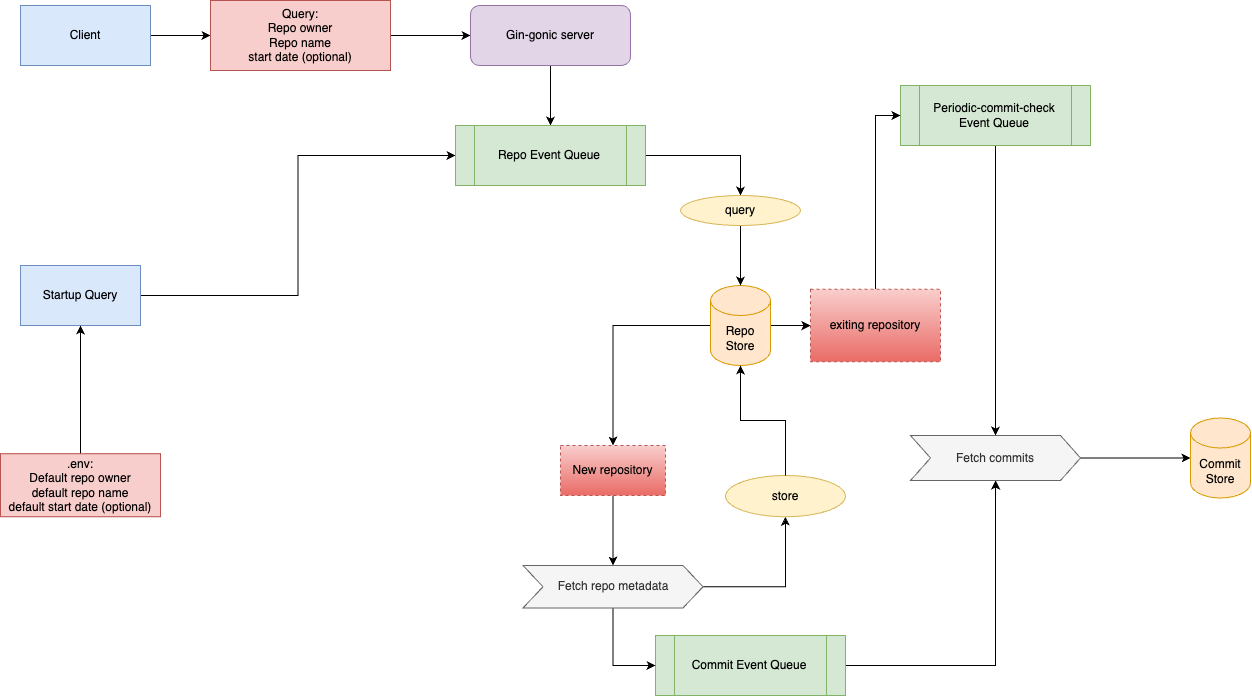
Earlier version of the draw.io export architecture.png (Rhaqim/github-commit-tracker). Source tidied: cells renumbered, new cells last; positions are measured from the earlier drawing's top-left corner, leaving out a move shared by most shapes.
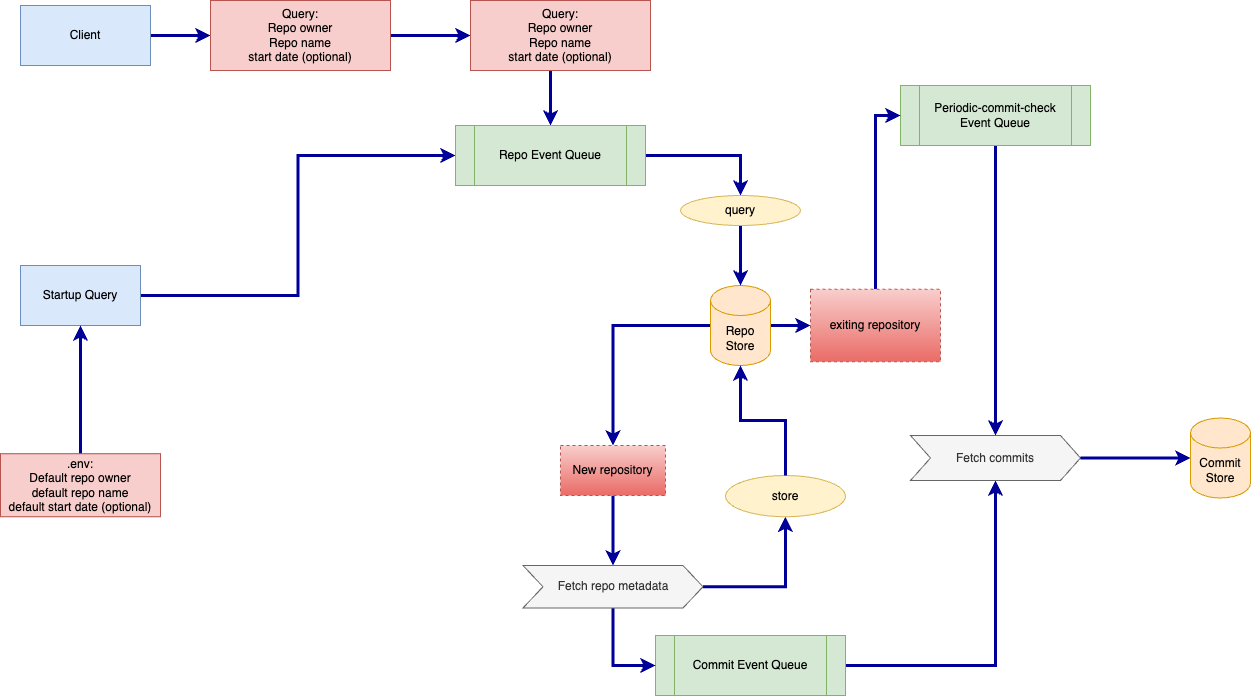
The same file after the commit.

Commit message:
architecute diagram line update

The edit, as a diff of the source:
```diff
@@ -2,67 +2,70 @@
   <root>
     <mxCell id="0" />
     <mxCell id="1" parent="0" />
-    <mxCell id="2" style="edgeStyle=orthogonalEdgeStyle;rounded=0;jettySize=auto;html=1;exitX=1;exitY=0.5;exitDx=0;exitDy=0;entryX=0;entryY=0.5;entryDx=0;entryDy=0;" parent="1" edge="1" source="3" target="7">
+    <mxCell id="2" style="edgeStyle=orthogonalEdgeStyle;rounded=0;jettySize=auto;html=1;exitX=1;exitY=0.5;exitDx=0;exitDy=0;entryX=0;entryY=0.5;entryDx=0;entryDy=0;strokeWidth=3;strokeColor=#000099;" parent="1" edge="1" source="3" target="7">
       <mxGeometry relative="1" as="geometry" />
     </mxCell>
     <mxCell id="3" value="Client" style="rounded=0;whiteSpace=wrap;html=1;fillColor=#dae8fc;strokeColor=#6c8ebf;" parent="1" vertex="1">
       <mxGeometry x="20" y="5" width="130" height="60" as="geometry" />
     </mxCell>
-    <mxCell id="4" style="edgeStyle=orthogonalEdgeStyle;rounded=0;jettySize=auto;html=1;entryX=0;entryY=0.5;entryDx=0;entryDy=0;" parent="1" edge="1" source="5" target="13">
+    <mxCell id="4" style="edgeStyle=orthogonalEdgeStyle;rounded=0;jettySize=auto;html=1;entryX=0;entryY=0.5;entryDx=0;entryDy=0;strokeWidth=3;strokeColor=#000099;" parent="1" edge="1" source="5" target="13">
       <mxGeometry relative="1" as="geometry" />
     </mxCell>
     <mxCell id="5" value="Startup Query" style="rounded=0;whiteSpace=wrap;html=1;strokeColor=#6c8ebf;fillColor=#dae8fc;" parent="1" vertex="1">
       <mxGeometry x="20" y="265" width="120" height="60" as="geometry" />
     </mxCell>
-    <mxCell id="6" style="edgeStyle=orthogonalEdgeStyle;rounded=0;jettySize=auto;html=1;" parent="1" edge="1" source="7" target="11">
+    <mxCell id="6" style="edgeStyle=orthogonalEdgeStyle;rounded=0;jettySize=auto;html=1;strokeWidth=3;" parent="1" edge="1" source="7" target="11">
       <mxGeometry relative="1" as="geometry" />
     </mxCell>
+    <mxCell id="35" style="edgeStyle=orthogonalEdgeStyle;rounded=0;jettySize=auto;html=1;strokeColor=#000099;strokeWidth=3;" parent="1" edge="1" source="7" target="36">
+      <mxGeometry relative="1" as="geometry" />
+    </mxCell>
     <mxCell id="7" value="Query:&lt;div&gt;Repo owner&lt;/div&gt;&lt;div&gt;Repo name&lt;/div&gt;&lt;div&gt;start date (optional)&lt;/div&gt;" style="text;html=1;align=center;verticalAlign=middle;whiteSpace=wrap;rounded=0;fillColor=#f8cecc;strokeColor=#b85450;" parent="1" vertex="1">
       <mxGeometry x="210" width="180" height="70" as="geometry" />
     </mxCell>
-    <mxCell id="8" style="edgeStyle=orthogonalEdgeStyle;rounded=0;jettySize=auto;html=1;entryX=0.5;entryY=1;entryDx=0;entryDy=0;" parent="1" edge="1" source="9" target="5">
+    <mxCell id="8" style="edgeStyle=orthogonalEdgeStyle;rounded=0;jettySize=auto;html=1;entryX=0.5;entryY=1;entryDx=0;entryDy=0;strokeWidth=3;strokeColor=#000099;" parent="1" edge="1" source="9" target="5">
       <mxGeometry relative="1" as="geometry" />
     </mxCell>
     <mxCell id="9" value=".env:&lt;div&gt;Default repo owner&lt;/div&gt;&lt;div&gt;default repo name&lt;/div&gt;&lt;div&gt;default start date (optional)&lt;/div&gt;" style="text;html=1;align=center;verticalAlign=middle;whiteSpace=wrap;rounded=0;fillColor=#f8cecc;strokeColor=#b85450;" parent="1" vertex="1">
       <mxGeometry y="453.2" width="160" height="63" as="geometry" />
     </mxCell>
-    <mxCell id="10" style="edgeStyle=orthogonalEdgeStyle;rounded=0;jettySize=auto;html=1;entryX=0.5;entryY=0;entryDx=0;entryDy=0;" parent="1" edge="1" source="11" target="13">
+    <mxCell id="10" style="edgeStyle=orthogonalEdgeStyle;rounded=0;jettySize=auto;html=1;entryX=0.5;entryY=0;entryDx=0;entryDy=0;strokeWidth=3;strokeColor=#000099;" parent="1" edge="1" source="11" target="13">
       <mxGeometry relative="1" as="geometry" />
     </mxCell>
     <mxCell id="11" value="Gin-gonic server" style="rounded=1;whiteSpace=wrap;html=1;fillColor=#e1d5e7;strokeColor=#9673a6;" parent="1" vertex="1">
       <mxGeometry x="470" y="5" width="160" height="60" as="geometry" />
     </mxCell>
-    <mxCell id="12" style="edgeStyle=orthogonalEdgeStyle;rounded=0;jettySize=auto;html=1;" parent="1" edge="1" source="13" target="32">
+    <mxCell id="12" style="edgeStyle=orthogonalEdgeStyle;rounded=0;jettySize=auto;html=1;strokeWidth=3;strokeColor=#000099;" parent="1" edge="1" source="13" target="32">
       <mxGeometry relative="1" as="geometry" />
     </mxCell>
     <mxCell id="13" value="Repo Event Queue" style="shape=process;whiteSpace=wrap;html=1;backgroundOutline=1;fillColor=#d5e8d4;strokeColor=#82b366;" parent="1" vertex="1">
       <mxGeometry x="455" y="125" width="190" height="60" as="geometry" />
     </mxCell>
-    <mxCell id="14" style="edgeStyle=orthogonalEdgeStyle;rounded=0;jettySize=auto;html=1;" parent="1" edge="1" source="15" target="24">
+    <mxCell id="14" style="edgeStyle=orthogonalEdgeStyle;rounded=0;jettySize=auto;html=1;strokeWidth=3;strokeColor=#000099;" parent="1" edge="1" source="15" target="24">
       <mxGeometry relative="1" as="geometry" />
     </mxCell>
     <mxCell id="15" value="Commit Event Queue" style="shape=process;whiteSpace=wrap;html=1;backgroundOutline=1;fillColor=#d5e8d4;strokeColor=#82b366;" parent="1" vertex="1">
       <mxGeometry x="655" y="635" width="190" height="60" as="geometry" />
     </mxCell>
-    <mxCell id="16" style="edgeStyle=orthogonalEdgeStyle;rounded=0;jettySize=auto;html=1;entryX=0.5;entryY=0;entryDx=0;entryDy=0;" parent="1" edge="1" source="17" target="24">
+    <mxCell id="16" style="edgeStyle=orthogonalEdgeStyle;rounded=0;jettySize=auto;html=1;entryX=0.5;entryY=0;entryDx=0;entryDy=0;strokeWidth=3;strokeColor=#000099;" parent="1" edge="1" source="17" target="24">
       <mxGeometry relative="1" as="geometry" />
     </mxCell>
     <mxCell id="17" value="Periodic-commit-check Event Queue" style="shape=process;whiteSpace=wrap;html=1;backgroundOutline=1;fillColor=#d5e8d4;strokeColor=#82b366;" parent="1" vertex="1">
       <mxGeometry x="900" y="85" width="190" height="60" as="geometry" />
     </mxCell>
-    <mxCell id="18" style="edgeStyle=orthogonalEdgeStyle;rounded=0;jettySize=auto;html=1;entryX=0.5;entryY=1;entryDx=0;entryDy=0;" parent="1" edge="1" source="20" target="28">
+    <mxCell id="18" style="edgeStyle=orthogonalEdgeStyle;rounded=0;jettySize=auto;html=1;entryX=0.5;entryY=1;entryDx=0;entryDy=0;strokeWidth=3;strokeColor=#000099;" parent="1" edge="1" source="20" target="28">
       <mxGeometry relative="1" as="geometry" />
     </mxCell>
-    <mxCell id="19" style="edgeStyle=orthogonalEdgeStyle;rounded=0;jettySize=auto;html=1;entryX=0;entryY=0.5;entryDx=0;entryDy=0;" parent="1" edge="1" source="20" target="15">
+    <mxCell id="19" style="edgeStyle=orthogonalEdgeStyle;rounded=0;jettySize=auto;html=1;entryX=0;entryY=0.5;entryDx=0;entryDy=0;strokeWidth=3;strokeColor=#000099;" parent="1" edge="1" source="20" target="15">
       <mxGeometry relative="1" as="geometry" />
     </mxCell>
     <mxCell id="20" value="Fetch repo metadata" style="shape=step;perimeter=stepPerimeter;whiteSpace=wrap;html=1;fixedSize=1;fillColor=#f5f5f5;fontColor=#333333;strokeColor=#666666;" parent="1" vertex="1">
       <mxGeometry x="522.5" y="565" width="180" height="42.5" as="geometry" />
     </mxCell>
-    <mxCell id="21" style="edgeStyle=orthogonalEdgeStyle;rounded=0;jettySize=auto;html=1;" parent="1" edge="1" source="23" target="30">
+    <mxCell id="21" style="edgeStyle=orthogonalEdgeStyle;rounded=0;jettySize=auto;html=1;strokeWidth=3;strokeColor=#000099;" parent="1" edge="1" source="23" target="30">
       <mxGeometry relative="1" as="geometry" />
     </mxCell>
-    <mxCell id="22" style="edgeStyle=orthogonalEdgeStyle;rounded=0;jettySize=auto;html=1;" parent="1" edge="1" source="23" target="27">
+    <mxCell id="22" style="edgeStyle=orthogonalEdgeStyle;rounded=0;jettySize=auto;html=1;strokeWidth=3;strokeColor=#000099;" parent="1" edge="1" source="23" target="27">
       <mxGeometry relative="1" as="geometry" />
     </mxCell>
     <mxCell id="23" value="Repo Store" style="shape=cylinder3;whiteSpace=wrap;html=1;boundedLbl=1;backgroundOutline=1;size=15;fillColor=#ffe6cc;strokeColor=#d79b00;" parent="1" vertex="1">
@@ -74,7 +77,7 @@
     <mxCell id="25" value="Commit Store" style="shape=cylinder3;whiteSpace=wrap;html=1;boundedLbl=1;backgroundOutline=1;size=15;fillColor=#ffe6cc;strokeColor=#d79b00;" parent="1" vertex="1">
       <mxGeometry x="1190" y="417.5" width="60" height="80" as="geometry" />
     </mxCell>
-    <mxCell id="26" style="edgeStyle=orthogonalEdgeStyle;rounded=0;jettySize=auto;html=1;" parent="1" edge="1" source="27" target="20">
+    <mxCell id="26" style="edgeStyle=orthogonalEdgeStyle;rounded=0;jettySize=auto;html=1;strokeWidth=3;strokeColor=#000099;" parent="1" edge="1" source="27" target="20">
       <mxGeometry relative="1" as="geometry" />
     </mxCell>
     <mxCell id="27" value="New repository" style="text;html=1;align=center;verticalAlign=middle;whiteSpace=wrap;rounded=0;strokeColor=#b85450;dashed=1;fillColor=#f8cecc;gradientColor=#ea6b66;" parent="1" vertex="1">
@@ -83,23 +86,26 @@
     <mxCell id="28" value="store" style="ellipse;whiteSpace=wrap;html=1;fillColor=#fff2cc;strokeColor=#d6b656;" parent="1" vertex="1">
       <mxGeometry x="725" y="475" width="120" height="41.2" as="geometry" />
     </mxCell>
-    <mxCell id="29" style="edgeStyle=orthogonalEdgeStyle;rounded=0;jettySize=auto;html=1;entryX=0;entryY=0.5;entryDx=0;entryDy=0;" parent="1" edge="1" source="30" target="17">
+    <mxCell id="29" style="edgeStyle=orthogonalEdgeStyle;rounded=0;jettySize=auto;html=1;entryX=0;entryY=0.5;entryDx=0;entryDy=0;strokeWidth=3;strokeColor=#000099;" parent="1" edge="1" source="30" target="17">
       <mxGeometry relative="1" as="geometry" />
     </mxCell>
     <mxCell id="30" value="exiting repository" style="text;html=1;align=center;verticalAlign=middle;whiteSpace=wrap;rounded=0;fillColor=#f8cecc;strokeColor=#b85450;dashed=1;gradientColor=#ea6b66;" parent="1" vertex="1">
       <mxGeometry x="810" y="288.8" width="130" height="72.5" as="geometry" />
     </mxCell>
-    <mxCell id="31" style="edgeStyle=orthogonalEdgeStyle;rounded=0;jettySize=auto;html=1;" parent="1" edge="1" source="32" target="23">
+    <mxCell id="31" style="edgeStyle=orthogonalEdgeStyle;rounded=0;jettySize=auto;html=1;strokeWidth=3;strokeColor=#000099;" parent="1" edge="1" source="32" target="23">
       <mxGeometry relative="1" as="geometry" />
     </mxCell>
     <mxCell id="32" value="query" style="ellipse;whiteSpace=wrap;html=1;fillColor=#fff2cc;strokeColor=#d6b656;" parent="1" vertex="1">
       <mxGeometry x="680" y="195" width="120" height="30" as="geometry" />
     </mxCell>
-    <mxCell id="33" style="edgeStyle=orthogonalEdgeStyle;rounded=0;jettySize=auto;html=1;entryX=0.5;entryY=1;entryDx=0;entryDy=0;entryPerimeter=0;" parent="1" edge="1" source="28" target="23">
+    <mxCell id="33" style="edgeStyle=orthogonalEdgeStyle;rounded=0;jettySize=auto;html=1;entryX=0.5;entryY=1;entryDx=0;entryDy=0;entryPerimeter=0;strokeWidth=3;strokeColor=#000099;" parent="1" edge="1" source="28" target="23">
       <mxGeometry relative="1" as="geometry" />
     </mxCell>
-    <mxCell id="34" style="edgeStyle=orthogonalEdgeStyle;rounded=0;jettySize=auto;html=1;entryX=0;entryY=0.5;entryDx=0;entryDy=0;entryPerimeter=0;" parent="1" edge="1" source="24" target="25">
+    <mxCell id="34" style="edgeStyle=orthogonalEdgeStyle;rounded=0;jettySize=auto;html=1;entryX=0;entryY=0.5;entryDx=0;entryDy=0;entryPerimeter=0;strokeWidth=3;strokeColor=#000099;" parent="1" edge="1" source="24" target="25">
       <mxGeometry relative="1" as="geometry" />
     </mxCell>
+    <mxCell id="36" value="Query:&lt;div&gt;Repo owner&lt;/div&gt;&lt;div&gt;Repo name&lt;/div&gt;&lt;div&gt;start date (optional)&lt;/div&gt;" style="text;html=1;align=center;verticalAlign=middle;whiteSpace=wrap;rounded=0;fillColor=#f8cecc;strokeColor=#b85450;" parent="1" vertex="1">
+      <mxGeometry x="470" width="180" height="70" as="geometry" />
+    </mxCell>
   </root>
 </mxGraphModel>
```
